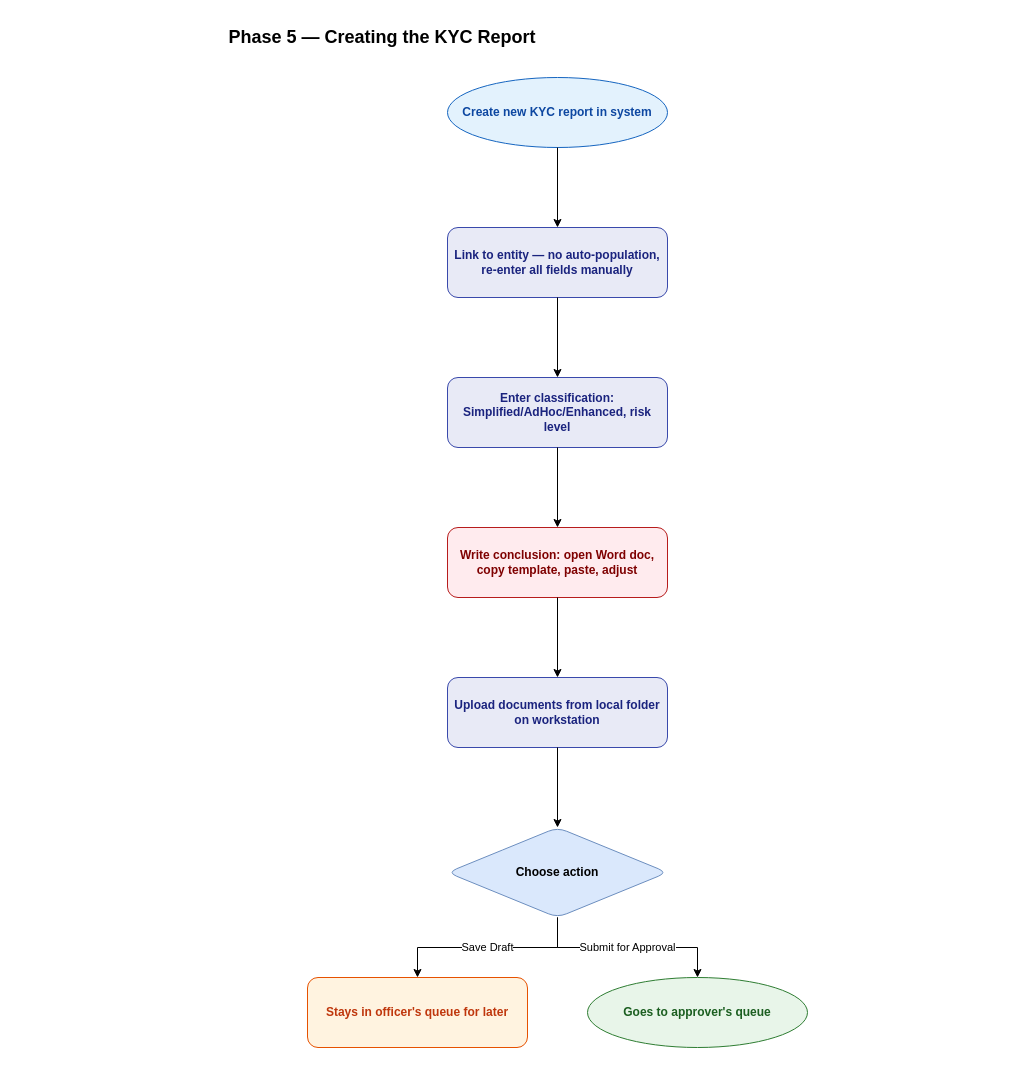
Before: page "Phase 5 Report Creation" (6 of 8) of docs/diagrams/drawio/asis-process.drawio in mazharr-hussain/KycReport, a draw.io diagram. Source tidied: cells renumbered, new cells numbered last; positions are measured from the earlier drawing's top-left corner, leaving out a move shared by most shapes. Both pictures are drawn from the tidied source at 100%, with x=0, y=0 at pixel (82, 17).
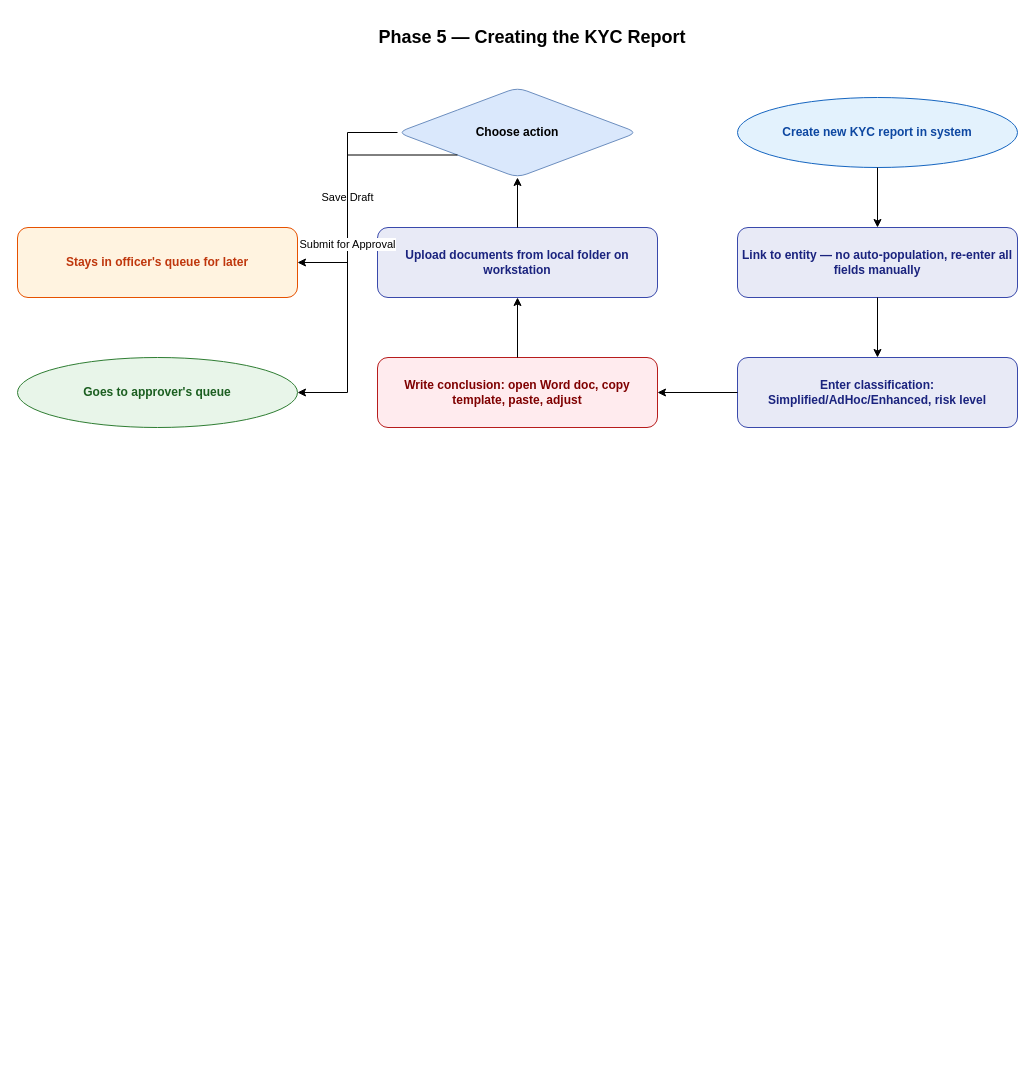
The same diagram, later.

The edit, as a diff of the source:
```diff
@@
 <mxGraphModel>
   <root>
     <mxCell id="0" />
     <mxCell id="1" parent="0" />
     <mxCell id="2" value="Phase 5 — Creating the KYC Report" style="text;html=1;strokeColor=none;fillColor=none;align=center;verticalAlign=middle;whiteSpace=wrap;rounded=0;fontSize=18;fontStyle=1;" parent="1" vertex="1">
-      <mxGeometry width="600" height="40" as="geometry" />
+      <mxGeometry x="150" width="600" height="40" as="geometry" />
     </mxCell>
     <mxCell id="3" value="Create new KYC report in system" style="ellipse;whiteSpace=wrap;html=1;fillColor=#E3F2FD;strokeColor=#1565C0;fontColor=#0D47A1;fontSize=12;fontStyle=1;rounded=1;" parent="1" vertex="1">
-      <mxGeometry x="365" y="60" width="220" height="70" as="geometry" />
+      <mxGeometry x="655" y="80" width="280" height="70" as="geometry" />
     </mxCell>
     <mxCell id="4" value="Link to entity — no auto-population, re-enter all fields manually" style="rect;whiteSpace=wrap;html=1;fillColor=#E8EAF6;strokeColor=#3949AB;fontColor=#1A237E;fontSize=12;fontStyle=1;rounded=1;" parent="1" vertex="1">
-      <mxGeometry x="365" y="210" width="220" height="70" as="geometry" />
+      <mxGeometry x="655" y="210" width="280" height="70" as="geometry" />
     </mxCell>
     <mxCell id="5" value="Enter classification: Simplified/AdHoc/Enhanced, risk level" style="rect;whiteSpace=wrap;html=1;fillColor=#E8EAF6;strokeColor=#3949AB;fontColor=#1A237E;fontSize=12;fontStyle=1;rounded=1;" parent="1" vertex="1">
-      <mxGeometry x="365" y="360" width="220" height="70" as="geometry" />
+      <mxGeometry x="655" y="340" width="280" height="70" as="geometry" />
     </mxCell>
     <mxCell id="6" value="Write conclusion: open Word doc, copy template, paste, adjust" style="rect;whiteSpace=wrap;html=1;fillColor=#FFEBEE;strokeColor=#B71C1C;fontColor=#7F0000;fontSize=12;fontStyle=1;rounded=1;" parent="1" vertex="1">
-      <mxGeometry x="365" y="510" width="220" height="70" as="geometry" />
+      <mxGeometry x="295" y="340" width="280" height="70" as="geometry" />
     </mxCell>
     <mxCell id="7" value="Upload documents from local folder on workstation" style="rect;whiteSpace=wrap;html=1;fillColor=#E8EAF6;strokeColor=#3949AB;fontColor=#1A237E;fontSize=12;fontStyle=1;rounded=1;" parent="1" vertex="1">
-      <mxGeometry x="365" y="660" width="220" height="70" as="geometry" />
+      <mxGeometry x="295" y="210" width="280" height="70" as="geometry" />
     </mxCell>
     <mxCell id="8" value="Choose action" style="rhombus;whiteSpace=wrap;html=1;fillColor=#dae8fc;strokeColor=#6c8ebf;fontColor=#000000;fontSize=12;fontStyle=1;rounded=1;" parent="1" vertex="1">
-      <mxGeometry x="365" y="810" width="220" height="90" as="geometry" />
+      <mxGeometry x="315" y="70" width="240" height="90" as="geometry" />
     </mxCell>
     <mxCell id="9" value="Stays in officer's queue for later" style="rect;whiteSpace=wrap;html=1;fillColor=#FFF3E0;strokeColor=#E65100;fontColor=#BF360C;fontSize=12;fontStyle=1;rounded=1;" parent="1" vertex="1">
-      <mxGeometry x="225" y="960" width="220" height="70" as="geometry" />
+      <mxGeometry x="-65" y="210" width="280" height="70" as="geometry" />
     </mxCell>
     <mxCell id="10" value="Goes to approver's queue" style="ellipse;whiteSpace=wrap;html=1;fillColor=#E8F5E9;strokeColor=#2E7D32;fontColor=#1B5E20;fontSize=12;fontStyle=1;rounded=1;" parent="1" vertex="1">
-      <mxGeometry x="505" y="960" width="220" height="70" as="geometry" />
+      <mxGeometry x="-65" y="340" width="280" height="70" as="geometry" />
     </mxCell>
-    <mxCell id="11" style="edgeStyle=orthogonalEdgeStyle;rounded=0;html=1;fontSize=11;" parent="1" edge="1" source="3" target="4">
+    <mxCell id="11" style="edgeStyle=orthogonalEdgeStyle;rounded=0;html=1;fontSize=11;exitX=0.5;exitY=1;entryX=0.5;entryY=0;" parent="1" edge="1" source="3" target="4">
       <mxGeometry relative="1" as="geometry" />
     </mxCell>
-    <mxCell id="12" style="edgeStyle=orthogonalEdgeStyle;rounded=0;html=1;fontSize=11;" parent="1" edge="1" source="4" target="5">
+    <mxCell id="12" style="edgeStyle=orthogonalEdgeStyle;rounded=0;html=1;fontSize=11;exitX=0.5;exitY=1;entryX=0.5;entryY=0;" parent="1" edge="1" source="4" target="5">
       <mxGeometry relative="1" as="geometry" />
     </mxCell>
-    <mxCell id="13" style="edgeStyle=orthogonalEdgeStyle;rounded=0;html=1;fontSize=11;" parent="1" edge="1" source="5" target="6">
+    <mxCell id="13" style="edgeStyle=orthogonalEdgeStyle;rounded=0;html=1;fontSize=11;exitX=0;exitY=0.5;entryX=1;entryY=0.5;" parent="1" edge="1" source="5" target="6">
       <mxGeometry relative="1" as="geometry" />
     </mxCell>
-    <mxCell id="14" style="edgeStyle=orthogonalEdgeStyle;rounded=0;html=1;fontSize=11;" parent="1" edge="1" source="6" target="7">
+    <mxCell id="14" style="edgeStyle=orthogonalEdgeStyle;rounded=0;html=1;fontSize=11;exitX=0.5;exitY=0;entryX=0.5;entryY=1;" parent="1" edge="1" source="6" target="7">
       <mxGeometry relative="1" as="geometry" />
     </mxCell>
-    <mxCell id="15" style="edgeStyle=orthogonalEdgeStyle;rounded=0;html=1;fontSize=11;" parent="1" edge="1" source="7" target="8">
+    <mxCell id="15" style="edgeStyle=orthogonalEdgeStyle;rounded=0;html=1;fontSize=11;exitX=0.5;exitY=0;entryX=0.5;entryY=1;" parent="1" edge="1" source="7" target="8">
       <mxGeometry relative="1" as="geometry" />
     </mxCell>
-    <mxCell id="16" value="Save Draft" style="edgeStyle=orthogonalEdgeStyle;rounded=0;html=1;fontSize=11;" parent="1" edge="1" source="8" target="9">
+    <mxCell id="16" value="Save Draft" style="edgeStyle=orthogonalEdgeStyle;rounded=0;html=1;fontSize=11;exitX=0;exitY=0.5;entryX=1;entryY=0.5;" parent="1" edge="1" source="8" target="9">
       <mxGeometry relative="1" as="geometry" />
     </mxCell>
-    <mxCell id="17" value="Submit for Approval" style="edgeStyle=orthogonalEdgeStyle;rounded=0;html=1;fontSize=11;" parent="1" edge="1" source="8" target="10">
+    <mxCell id="17" value="Submit for Approval" style="edgeStyle=orthogonalEdgeStyle;rounded=0;html=1;fontSize=11;exitX=0;exitY=1;entryX=1;entryY=0.5;" parent="1" edge="1" source="8" target="10">
       <mxGeometry relative="1" as="geometry" />
     </mxCell>
   </root>
 </mxGraphModel>
```
